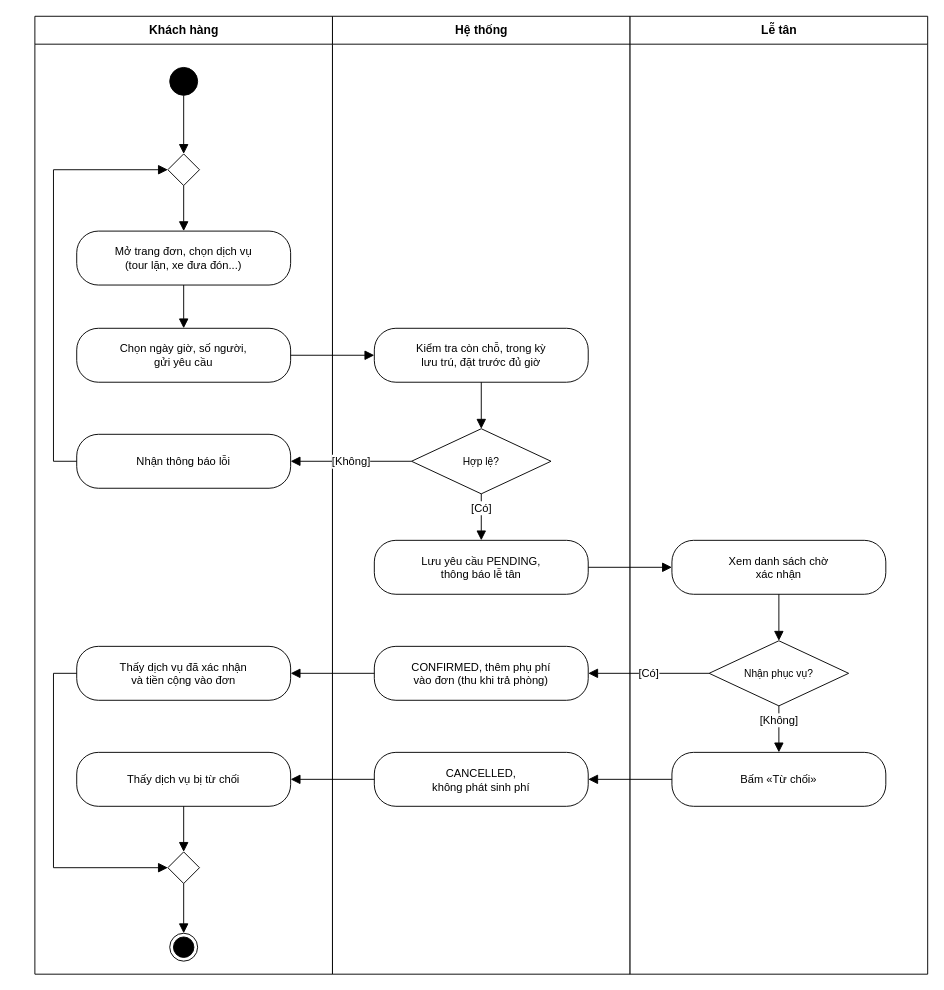
The draw.io diagram docs/thiet-ke/hd-dat-dich-vu.drawio in ngynquchn2511/beach-hotel, before the edit. Source tidied: cells renumbered, new cells numbered last; positions are measured from the earlier drawing's top-left corner, leaving out a move shared by most shapes. Both pictures are drawn from the tidied source at 93%, with x=0, y=0 at pixel (34, 16).
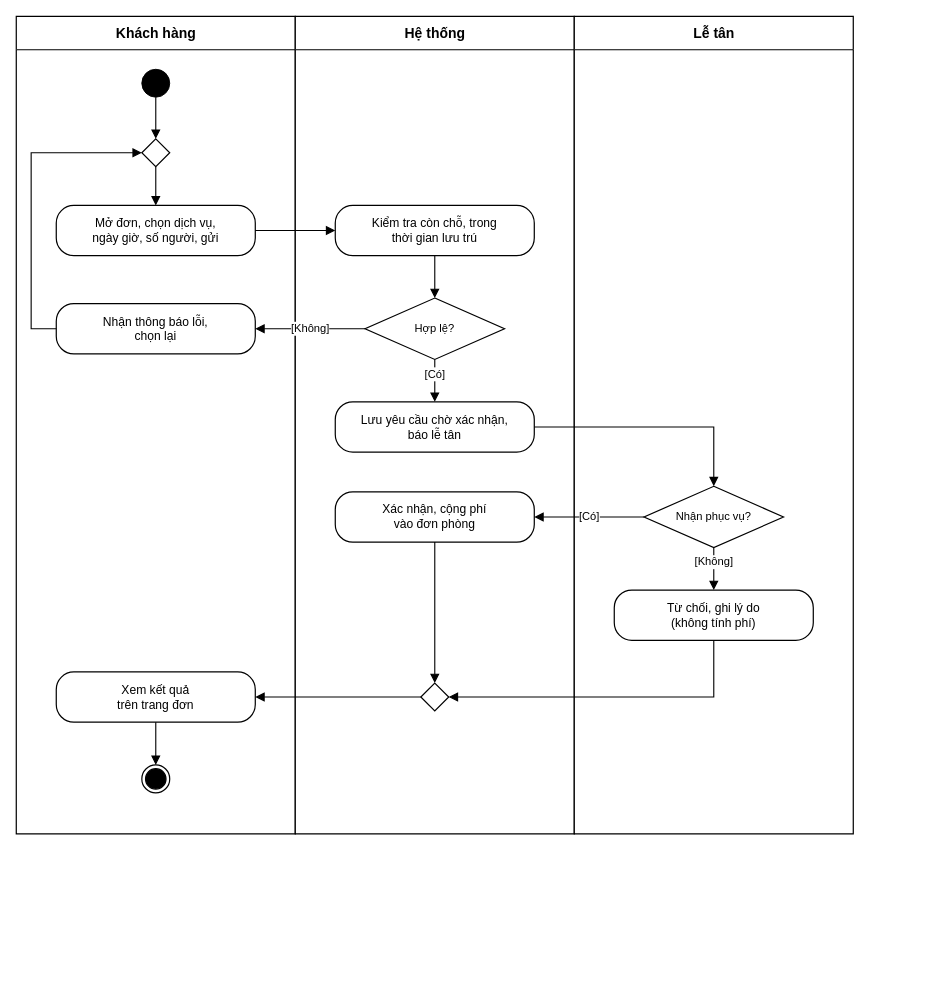
The same page after the edit.

Change to the diagram source:
```diff
@@
-<mxGraphModel>
+<mxGraphModel background="#FFFFFF">
@@
-    <mxCell id="2" value="Khách hàng" style="swimlane;horizontal=1;startSize=30;html=1;fillColor=#FFFFFF;strokeColor=#000000;fontSize=13;fontStyle=1;swimlaneFillColor=#FFFFFF;" parent="1" vertex="1">
-      <mxGeometry width="320" height="1030" as="geometry" />
+    <mxCell id="2" value="Khách hàng" style="fontFamily=Arial;fontColor=#000000;swimlane;horizontal=1;startSize=36;html=1;fillColor=#FFFFFF;strokeColor=#000000;strokeWidth=1.3;fontSize=15;fontStyle=1;swimlaneFillColor=#FFFFFF;" parent="1" vertex="1">
+      <mxGeometry x="-20" width="300" height="879.2" as="geometry" />
     </mxCell>
-    <mxCell id="3" value="Hệ thống" style="swimlane;horizontal=1;startSize=30;html=1;fillColor=#FFFFFF;strokeColor=#000000;fontSize=13;fontStyle=1;swimlaneFillColor=#FFFFFF;" parent="1" vertex="1">
-      <mxGeometry x="320" width="320" height="1030" as="geometry" />
+    <mxCell id="3" value="Hệ thống" style="fontFamily=Arial;fontColor=#000000;swimlane;horizontal=1;startSize=36;html=1;fillColor=#FFFFFF;strokeColor=#000000;strokeWidth=1.3;fontSize=15;fontStyle=1;swimlaneFillColor=#FFFFFF;" parent="1" vertex="1">
+      <mxGeometry x="280" width="300" height="879.2" as="geometry" />
     </mxCell>
-    <mxCell id="4" value="Lễ tân" style="swimlane;horizontal=1;startSize=30;html=1;fillColor=#FFFFFF;strokeColor=#000000;fontSize=13;fontStyle=1;swimlaneFillColor=#FFFFFF;" parent="1" vertex="1">
-      <mxGeometry x="640" width="320" height="1030" as="geometry" />
+    <mxCell id="4" value="Lễ tân" style="fontFamily=Arial;fontColor=#000000;swimlane;horizontal=1;startSize=36;html=1;fillColor=#FFFFFF;strokeColor=#000000;strokeWidth=1.3;fontSize=15;fontStyle=1;swimlaneFillColor=#FFFFFF;" parent="1" vertex="1">
+      <mxGeometry x="580" width="300" height="879.2" as="geometry" />
     </mxCell>
     <mxCell id="5" style="ellipse;html=1;fillColor=#000000;strokeColor=#000000;" parent="1" vertex="1">
-      <mxGeometry x="145" y="55" width="30" height="30" as="geometry" />
+      <mxGeometry x="115" y="57" width="30" height="30" as="geometry" />
     </mxCell>
-    <mxCell id="6" style="rhombus;whiteSpace=wrap;html=1;fillColor=#FFFFFF;strokeColor=#000000;fontSize=11;" parent="1" vertex="1">
-      <mxGeometry x="143" y="148" width="34" height="34" as="geometry" />
+    <mxCell id="6" style="fontFamily=Arial;fontColor=#000000;rhombus;whiteSpace=wrap;html=1;fillColor=#FFFFFF;strokeColor=#000000;strokeWidth=1.3;fontSize=12;" parent="1" vertex="1">
+      <mxGeometry x="115" y="131.8" width="30" height="30" as="geometry" />
     </mxCell>
-    <mxCell id="7" value="Mở trang đơn, chọn dịch vụ&lt;br&gt;(tour lặn, xe đưa đón...)" style="rounded=1;whiteSpace=wrap;html=1;arcSize=40;fillColor=#FFFFFF;strokeColor=#000000;fontSize=12;" parent="1" vertex="1">
-      <mxGeometry x="45" y="231" width="230" height="58" as="geometry" />
+    <mxCell id="7" value="Mở đơn, chọn dịch vụ,&lt;br&gt;ngày giờ, số người, gửi" style="fontFamily=Arial;fontColor=#000000;rounded=1;whiteSpace=wrap;html=1;arcSize=35;fillColor=#FFFFFF;strokeColor=#000000;strokeWidth=1.3;fontSize=13;spacing=6;" parent="1" vertex="1">
+      <mxGeometry x="23" y="203.4" width="214" height="54" as="geometry" />
     </mxCell>
-    <mxCell id="8" value="Chọn ngày giờ, số người,&lt;br&gt;gửi yêu cầu" style="rounded=1;whiteSpace=wrap;html=1;arcSize=40;fillColor=#FFFFFF;strokeColor=#000000;fontSize=12;" parent="1" vertex="1">
-      <mxGeometry x="45" y="335.5" width="230" height="58" as="geometry" />
+    <mxCell id="8" value="Kiểm tra còn chỗ, trong&lt;br&gt;thời gian lưu trú" style="fontFamily=Arial;fontColor=#000000;rounded=1;whiteSpace=wrap;html=1;arcSize=35;fillColor=#FFFFFF;strokeColor=#000000;strokeWidth=1.3;fontSize=13;spacing=6;" parent="1" vertex="1">
+      <mxGeometry x="323" y="203.4" width="214" height="54" as="geometry" />
     </mxCell>
+    <mxCell id="10" value="Hợp lệ?" style="fontFamily=Arial;fontColor=#000000;rhombus;whiteSpace=wrap;html=1;fillColor=#FFFFFF;strokeColor=#000000;strokeWidth=1.3;fontSize=12;" parent="1" vertex="1">
+      <mxGeometry x="355" y="303" width="150" height="66" as="geometry" />
+    </mxCell>
-    <mxCell id="9" value="Kiểm tra còn chỗ, trong kỳ&lt;br&gt;lưu trú, đặt trước đủ giờ" style="rounded=1;whiteSpace=wrap;html=1;arcSize=40;fillColor=#FFFFFF;strokeColor=#000000;fontSize=12;" parent="1" vertex="1">
-      <mxGeometry x="365" y="335.5" width="230" height="58" as="geometry" />
+    <mxCell id="9" value="Nhận thông báo lỗi,&lt;br&gt;chọn lại" style="fontFamily=Arial;fontColor=#000000;rounded=1;whiteSpace=wrap;html=1;arcSize=35;fillColor=#FFFFFF;strokeColor=#000000;strokeWidth=1.3;fontSize=13;spacing=6;" parent="1" vertex="1">
+      <mxGeometry x="23" y="309" width="214" height="54" as="geometry" />
     </mxCell>
-    <mxCell id="10" value="Hợp lệ?" style="rhombus;whiteSpace=wrap;html=1;fillColor=#FFFFFF;strokeColor=#000000;fontSize=11;" parent="1" vertex="1">
-      <mxGeometry x="405" y="443.5" width="150" height="70" as="geometry" />
-    </mxCell>
-    <mxCell id="11" value="Nhận thông báo lỗi" style="rounded=1;whiteSpace=wrap;html=1;arcSize=40;fillColor=#FFFFFF;strokeColor=#000000;fontSize=12;" parent="1" vertex="1">
-      <mxGeometry x="45" y="449.5" width="230" height="58" as="geometry" />
+    <mxCell id="11" value="Lưu yêu cầu chờ xác nhận,&lt;br&gt;báo lễ tân" style="fontFamily=Arial;fontColor=#000000;rounded=1;whiteSpace=wrap;html=1;arcSize=35;fillColor=#FFFFFF;strokeColor=#000000;strokeWidth=1.3;fontSize=13;spacing=6;" parent="1" vertex="1">
+      <mxGeometry x="323" y="414.6" width="214" height="54" as="geometry" />
     </mxCell>
+    <mxCell id="14" value="Nhận phục vụ?" style="fontFamily=Arial;fontColor=#000000;rhombus;whiteSpace=wrap;html=1;fillColor=#FFFFFF;strokeColor=#000000;strokeWidth=1.3;fontSize=12;" parent="1" vertex="1">
+      <mxGeometry x="655" y="505.4" width="150" height="66" as="geometry" />
+    </mxCell>
-    <mxCell id="12" value="Lưu yêu cầu PENDING,&lt;br&gt;thông báo lễ tân" style="rounded=1;whiteSpace=wrap;html=1;arcSize=40;fillColor=#FFFFFF;strokeColor=#000000;fontSize=12;" parent="1" vertex="1">
-      <mxGeometry x="365" y="563.5" width="230" height="58" as="geometry" />
+    <mxCell id="12" value="Xác nhận, cộng phí&lt;br&gt;vào đơn phòng" style="fontFamily=Arial;fontColor=#000000;rounded=1;whiteSpace=wrap;html=1;arcSize=35;fillColor=#FFFFFF;strokeColor=#000000;strokeWidth=1.3;fontSize=13;spacing=6;" parent="1" vertex="1">
+      <mxGeometry x="323" y="511.4" width="214" height="54" as="geometry" />
     </mxCell>
-    <mxCell id="13" value="Xem danh sách chờ&lt;br&gt;xác nhận" style="rounded=1;whiteSpace=wrap;html=1;arcSize=40;fillColor=#FFFFFF;strokeColor=#000000;fontSize=12;" parent="1" vertex="1">
-      <mxGeometry x="685" y="563.5" width="230" height="58" as="geometry" />
+    <mxCell id="13" value="Từ chối, ghi lý do&lt;br&gt;(không tính phí)" style="fontFamily=Arial;fontColor=#000000;rounded=1;whiteSpace=wrap;html=1;arcSize=35;fillColor=#FFFFFF;strokeColor=#000000;strokeWidth=1.3;fontSize=13;spacing=6;" parent="1" vertex="1">
+      <mxGeometry x="623" y="617" width="214" height="54" as="geometry" />
     </mxCell>
-    <mxCell id="14" value="Nhận phục vụ?" style="rhombus;whiteSpace=wrap;html=1;fillColor=#FFFFFF;strokeColor=#000000;fontSize=11;" parent="1" vertex="1">
-      <mxGeometry x="725" y="671.5" width="150" height="70" as="geometry" />
-    </mxCell>
+    <mxCell id="20" style="fontFamily=Arial;fontColor=#000000;rhombus;whiteSpace=wrap;html=1;fillColor=#FFFFFF;strokeColor=#000000;strokeWidth=1.3;fontSize=12;" parent="1" vertex="1">
+      <mxGeometry x="415" y="717" width="30" height="30" as="geometry" />
+    </mxCell>
-    <mxCell id="15" value="CONFIRMED, thêm phụ phí&lt;br&gt;vào đơn (thu khi trả phòng)" style="rounded=1;whiteSpace=wrap;html=1;arcSize=40;fillColor=#FFFFFF;strokeColor=#000000;fontSize=12;" parent="1" vertex="1">
-      <mxGeometry x="365" y="677.5" width="230" height="58" as="geometry" />
+    <mxCell id="15" value="Xem kết quả&lt;br&gt;trên trang đơn" style="fontFamily=Arial;fontColor=#000000;rounded=1;whiteSpace=wrap;html=1;arcSize=35;fillColor=#FFFFFF;strokeColor=#000000;strokeWidth=1.3;fontSize=13;spacing=6;" parent="1" vertex="1">
+      <mxGeometry x="23" y="705" width="214" height="54" as="geometry" />
     </mxCell>
-    <mxCell id="16" value="Thấy dịch vụ đã xác nhận&lt;br&gt;và tiền cộng vào đơn" style="rounded=1;whiteSpace=wrap;html=1;arcSize=40;fillColor=#FFFFFF;strokeColor=#000000;fontSize=12;" parent="1" vertex="1">
-      <mxGeometry x="45" y="677.5" width="230" height="58" as="geometry" />
-    </mxCell>
-    <mxCell id="17" value="Bấm «Từ chối»" style="rounded=1;whiteSpace=wrap;html=1;arcSize=40;fillColor=#FFFFFF;strokeColor=#000000;fontSize=12;" parent="1" vertex="1">
-      <mxGeometry x="685" y="791.5" width="230" height="58" as="geometry" />
-    </mxCell>
-    <mxCell id="18" value="CANCELLED,&lt;br&gt;không phát sinh phí" style="rounded=1;whiteSpace=wrap;html=1;arcSize=40;fillColor=#FFFFFF;strokeColor=#000000;fontSize=12;" parent="1" vertex="1">
-      <mxGeometry x="365" y="791.5" width="230" height="58" as="geometry" />
-    </mxCell>
-    <mxCell id="19" value="Thấy dịch vụ bị từ chối" style="rounded=1;whiteSpace=wrap;html=1;arcSize=40;fillColor=#FFFFFF;strokeColor=#000000;fontSize=12;" parent="1" vertex="1">
-      <mxGeometry x="45" y="791.5" width="230" height="58" as="geometry" />
-    </mxCell>
-    <mxCell id="20" style="rhombus;whiteSpace=wrap;html=1;fillColor=#FFFFFF;strokeColor=#000000;fontSize=11;" parent="1" vertex="1">
-      <mxGeometry x="143" y="898.5" width="34" height="34" as="geometry" />
-    </mxCell>
-    <mxCell id="21" style="ellipse;html=1;shape=endState;fillColor=#000000;strokeColor=#000000;" parent="1" vertex="1">
-      <mxGeometry x="145" y="986" width="30" height="30" as="geometry" />
+    <mxCell id="21" style="ellipse;html=1;shape=endState;fillColor=#000000;strokeColor=#000000;strokeWidth=1.3;" parent="1" vertex="1">
+      <mxGeometry x="115" y="805" width="30" height="30" as="geometry" />
     </mxCell>
-    <mxCell id="22" style="edgeStyle=orthogonalEdgeStyle;rounded=0;html=1;endArrow=block;endFill=1;endSize=8;strokeColor=#000000;fontSize=12;labelBackgroundColor=#FFFFFF;exitX=0.5;exitY=1;exitDx=0;exitDy=0;entryX=0.5;entryY=0;entryDx=0;entryDy=0;" parent="1" edge="1" source="5" target="6">
+    <mxCell id="22" style="fontFamily=Arial;fontColor=#000000;edgeStyle=orthogonalEdgeStyle;rounded=0;html=1;endArrow=block;endFill=1;endSize=7;strokeColor=#000000;strokeWidth=1.2;fontSize=12;labelBackgroundColor=#FFFFFF;exitX=0.5;exitY=1;exitDx=0;exitDy=0;entryX=0.5;entryY=0;entryDx=0;entryDy=0;" parent="1" edge="1" source="5" target="6">
       <mxGeometry relative="1" as="geometry" />
     </mxCell>
-    <mxCell id="23" style="edgeStyle=orthogonalEdgeStyle;rounded=0;html=1;endArrow=block;endFill=1;endSize=8;strokeColor=#000000;fontSize=12;labelBackgroundColor=#FFFFFF;exitX=0.5;exitY=1;exitDx=0;exitDy=0;entryX=0.5;entryY=0;entryDx=0;entryDy=0;" parent="1" edge="1" source="6" target="7">
+    <mxCell id="23" style="fontFamily=Arial;fontColor=#000000;edgeStyle=orthogonalEdgeStyle;rounded=0;html=1;endArrow=block;endFill=1;endSize=7;strokeColor=#000000;strokeWidth=1.2;fontSize=12;labelBackgroundColor=#FFFFFF;exitX=0.5;exitY=1;exitDx=0;exitDy=0;entryX=0.5;entryY=0;entryDx=0;entryDy=0;" parent="1" edge="1" source="6" target="7">
       <mxGeometry relative="1" as="geometry" />
     </mxCell>
-    <mxCell id="24" style="edgeStyle=orthogonalEdgeStyle;rounded=0;html=1;endArrow=block;endFill=1;endSize=8;strokeColor=#000000;fontSize=12;labelBackgroundColor=#FFFFFF;exitX=0.5;exitY=1;exitDx=0;exitDy=0;entryX=0.5;entryY=0;entryDx=0;entryDy=0;" parent="1" edge="1" source="7" target="8">
+    <mxCell id="24" style="fontFamily=Arial;fontColor=#000000;edgeStyle=orthogonalEdgeStyle;rounded=0;html=1;endArrow=block;endFill=1;endSize=7;strokeColor=#000000;strokeWidth=1.2;fontSize=12;labelBackgroundColor=#FFFFFF;exitX=1;exitY=0.5;exitDx=0;exitDy=0;entryX=0;entryY=0.5;entryDx=0;entryDy=0;" parent="1" edge="1" source="7" target="8">
       <mxGeometry relative="1" as="geometry" />
     </mxCell>
-    <mxCell id="25" style="edgeStyle=orthogonalEdgeStyle;rounded=0;html=1;endArrow=block;endFill=1;endSize=8;strokeColor=#000000;fontSize=12;labelBackgroundColor=#FFFFFF;exitX=1;exitY=0.5;exitDx=0;exitDy=0;entryX=0;entryY=0.5;entryDx=0;entryDy=0;" parent="1" edge="1" source="8" target="9">
+    <mxCell id="25" style="fontFamily=Arial;fontColor=#000000;edgeStyle=orthogonalEdgeStyle;rounded=0;html=1;endArrow=block;endFill=1;endSize=7;strokeColor=#000000;strokeWidth=1.2;fontSize=12;labelBackgroundColor=#FFFFFF;exitX=0.5;exitY=1;exitDx=0;exitDy=0;entryX=0.5;entryY=0;entryDx=0;entryDy=0;" parent="1" edge="1" source="8" target="10">
       <mxGeometry relative="1" as="geometry" />
     </mxCell>
-    <mxCell id="26" style="edgeStyle=orthogonalEdgeStyle;rounded=0;html=1;endArrow=block;endFill=1;endSize=8;strokeColor=#000000;fontSize=12;labelBackgroundColor=#FFFFFF;exitX=0.5;exitY=1;exitDx=0;exitDy=0;entryX=0.5;entryY=0;entryDx=0;entryDy=0;" parent="1" edge="1" source="9" target="10">
+    <mxCell id="26" value="[Không]" style="fontFamily=Arial;fontColor=#000000;edgeStyle=orthogonalEdgeStyle;rounded=0;html=1;endArrow=block;endFill=1;endSize=7;strokeColor=#000000;strokeWidth=1.2;fontSize=12;labelBackgroundColor=#FFFFFF;exitX=0;exitY=0.5;exitDx=0;exitDy=0;entryX=1;entryY=0.5;entryDx=0;entryDy=0;" parent="1" edge="1" source="10" target="9">
       <mxGeometry relative="1" as="geometry" />
     </mxCell>
-    <mxCell id="27" value="[Không]" style="edgeStyle=orthogonalEdgeStyle;rounded=0;html=1;endArrow=block;endFill=1;endSize=8;strokeColor=#000000;fontSize=12;labelBackgroundColor=#FFFFFF;exitX=0;exitY=0.5;exitDx=0;exitDy=0;entryX=1;entryY=0.5;entryDx=0;entryDy=0;" parent="1" edge="1" source="10" target="11">
-      <mxGeometry relative="1" as="geometry" />
+    <mxCell id="27" style="fontFamily=Arial;fontColor=#000000;edgeStyle=orthogonalEdgeStyle;rounded=0;html=1;endArrow=block;endFill=1;endSize=7;strokeColor=#000000;strokeWidth=1.2;fontSize=12;labelBackgroundColor=#FFFFFF;exitX=0;exitY=0.5;exitDx=0;exitDy=0;entryX=0;entryY=0.5;entryDx=0;entryDy=0;" parent="1" edge="1" source="9" target="6">
+      <mxGeometry relative="1" as="geometry">
+        <Array as="points">
+          <mxPoint x="-4" y="336" />
+          <mxPoint x="-4" y="146.8" />
+        </Array>
+      </mxGeometry>
     </mxCell>
-    <mxCell id="28" style="edgeStyle=orthogonalEdgeStyle;rounded=0;html=1;endArrow=block;endFill=1;endSize=8;strokeColor=#000000;fontSize=12;labelBackgroundColor=#FFFFFF;exitX=0;exitY=0.5;exitDx=0;exitDy=0;entryX=0;entryY=0.5;entryDx=0;entryDy=0;" parent="1" edge="1" source="11" target="6">
-      <mxGeometry relative="1" as="geometry">
-        <Array as="points">
-          <mxPoint x="20" y="478.5" />
-          <mxPoint x="20" y="165" />
-        </Array>
-      </mxGeometry>
+    <mxCell id="28" value="[Có]" style="fontFamily=Arial;fontColor=#000000;edgeStyle=orthogonalEdgeStyle;rounded=0;html=1;endArrow=block;endFill=1;endSize=7;strokeColor=#000000;strokeWidth=1.2;fontSize=12;labelBackgroundColor=#FFFFFF;exitX=0.5;exitY=1;exitDx=0;exitDy=0;entryX=0.5;entryY=0;entryDx=0;entryDy=0;" parent="1" edge="1" source="10" target="11">
+      <mxGeometry x="-0.3" relative="1" as="geometry" />
     </mxCell>
-    <mxCell id="29" value="[Có]" style="edgeStyle=orthogonalEdgeStyle;rounded=0;html=1;endArrow=block;endFill=1;endSize=8;strokeColor=#000000;fontSize=12;labelBackgroundColor=#FFFFFF;exitX=0.5;exitY=1;exitDx=0;exitDy=0;entryX=0.5;entryY=0;entryDx=0;entryDy=0;" parent="1" edge="1" source="10" target="12">
-      <mxGeometry x="-0.4" relative="1" as="geometry" />
+    <mxCell id="29" style="fontFamily=Arial;fontColor=#000000;edgeStyle=orthogonalEdgeStyle;rounded=0;html=1;endArrow=block;endFill=1;endSize=7;strokeColor=#000000;strokeWidth=1.2;fontSize=12;labelBackgroundColor=#FFFFFF;exitX=1;exitY=0.5;exitDx=0;exitDy=0;entryX=0.5;entryY=0;entryDx=0;entryDy=0;" parent="1" edge="1" source="11" target="14">
+      <mxGeometry relative="1" as="geometry">
+        <Array as="points">
+          <mxPoint x="730" y="441.6" />
+        </Array>
+      </mxGeometry>
     </mxCell>
-    <mxCell id="30" style="edgeStyle=orthogonalEdgeStyle;rounded=0;html=1;endArrow=block;endFill=1;endSize=8;strokeColor=#000000;fontSize=12;labelBackgroundColor=#FFFFFF;exitX=1;exitY=0.5;exitDx=0;exitDy=0;entryX=0;entryY=0.5;entryDx=0;entryDy=0;" parent="1" edge="1" source="12" target="13">
+    <mxCell id="30" value="[Có]" style="fontFamily=Arial;fontColor=#000000;edgeStyle=orthogonalEdgeStyle;rounded=0;html=1;endArrow=block;endFill=1;endSize=7;strokeColor=#000000;strokeWidth=1.2;fontSize=12;labelBackgroundColor=#FFFFFF;exitX=0;exitY=0.5;exitDx=0;exitDy=0;entryX=1;entryY=0.5;entryDx=0;entryDy=0;" parent="1" edge="1" source="14" target="12">
       <mxGeometry relative="1" as="geometry" />
     </mxCell>
-    <mxCell id="31" style="edgeStyle=orthogonalEdgeStyle;rounded=0;html=1;endArrow=block;endFill=1;endSize=8;strokeColor=#000000;fontSize=12;labelBackgroundColor=#FFFFFF;exitX=0.5;exitY=1;exitDx=0;exitDy=0;entryX=0.5;entryY=0;entryDx=0;entryDy=0;" parent="1" edge="1" source="13" target="14">
-      <mxGeometry relative="1" as="geometry" />
+    <mxCell id="31" value="[Không]" style="fontFamily=Arial;fontColor=#000000;edgeStyle=orthogonalEdgeStyle;rounded=0;html=1;endArrow=block;endFill=1;endSize=7;strokeColor=#000000;strokeWidth=1.2;fontSize=12;labelBackgroundColor=#FFFFFF;exitX=0.5;exitY=1;exitDx=0;exitDy=0;entryX=0.5;entryY=0;entryDx=0;entryDy=0;" parent="1" edge="1" source="14" target="13">
+      <mxGeometry x="-0.3" relative="1" as="geometry" />
     </mxCell>
-    <mxCell id="32" value="[Có]" style="edgeStyle=orthogonalEdgeStyle;rounded=0;html=1;endArrow=block;endFill=1;endSize=8;strokeColor=#000000;fontSize=12;labelBackgroundColor=#FFFFFF;exitX=0;exitY=0.5;exitDx=0;exitDy=0;entryX=1;entryY=0.5;entryDx=0;entryDy=0;" parent="1" edge="1" source="14" target="15">
+    <mxCell id="32" style="fontFamily=Arial;fontColor=#000000;edgeStyle=orthogonalEdgeStyle;rounded=0;html=1;endArrow=block;endFill=1;endSize=7;strokeColor=#000000;strokeWidth=1.2;fontSize=12;labelBackgroundColor=#FFFFFF;exitX=0.5;exitY=1;exitDx=0;exitDy=0;entryX=0.5;entryY=0;entryDx=0;entryDy=0;" parent="1" edge="1" source="12" target="20">
       <mxGeometry relative="1" as="geometry" />
     </mxCell>
-    <mxCell id="33" style="edgeStyle=orthogonalEdgeStyle;rounded=0;html=1;endArrow=block;endFill=1;endSize=8;strokeColor=#000000;fontSize=12;labelBackgroundColor=#FFFFFF;exitX=0;exitY=0.5;exitDx=0;exitDy=0;entryX=1;entryY=0.5;entryDx=0;entryDy=0;" parent="1" edge="1" source="15" target="16">
-      <mxGeometry relative="1" as="geometry" />
+    <mxCell id="33" style="fontFamily=Arial;fontColor=#000000;edgeStyle=orthogonalEdgeStyle;rounded=0;html=1;endArrow=block;endFill=1;endSize=7;strokeColor=#000000;strokeWidth=1.2;fontSize=12;labelBackgroundColor=#FFFFFF;exitX=0.5;exitY=1;exitDx=0;exitDy=0;entryX=1;entryY=0.5;entryDx=0;entryDy=0;" parent="1" edge="1" source="13" target="20">
+      <mxGeometry relative="1" as="geometry">
+        <Array as="points">
+          <mxPoint x="730" y="732" />
+        </Array>
+      </mxGeometry>
     </mxCell>
-    <mxCell id="34" value="[Không]" style="edgeStyle=orthogonalEdgeStyle;rounded=0;html=1;endArrow=block;endFill=1;endSize=8;strokeColor=#000000;fontSize=12;labelBackgroundColor=#FFFFFF;exitX=0.5;exitY=1;exitDx=0;exitDy=0;entryX=0.5;entryY=0;entryDx=0;entryDy=0;" parent="1" edge="1" source="14" target="17">
-      <mxGeometry x="-0.4" relative="1" as="geometry" />
+    <mxCell id="34" style="fontFamily=Arial;fontColor=#000000;edgeStyle=orthogonalEdgeStyle;rounded=0;html=1;endArrow=block;endFill=1;endSize=7;strokeColor=#000000;strokeWidth=1.2;fontSize=12;labelBackgroundColor=#FFFFFF;exitX=0;exitY=0.5;exitDx=0;exitDy=0;entryX=1;entryY=0.5;entryDx=0;entryDy=0;" parent="1" edge="1" source="20" target="15">
+      <mxGeometry relative="1" as="geometry" />
     </mxCell>
-    <mxCell id="35" style="edgeStyle=orthogonalEdgeStyle;rounded=0;html=1;endArrow=block;endFill=1;endSize=8;strokeColor=#000000;fontSize=12;labelBackgroundColor=#FFFFFF;exitX=0;exitY=0.5;exitDx=0;exitDy=0;entryX=1;entryY=0.5;entryDx=0;entryDy=0;" parent="1" edge="1" source="17" target="18">
+    <mxCell id="35" style="fontFamily=Arial;fontColor=#000000;edgeStyle=orthogonalEdgeStyle;rounded=0;html=1;endArrow=block;endFill=1;endSize=7;strokeColor=#000000;strokeWidth=1.2;fontSize=12;labelBackgroundColor=#FFFFFF;exitX=0.5;exitY=1;exitDx=0;exitDy=0;entryX=0.5;entryY=0;entryDx=0;entryDy=0;" parent="1" edge="1" source="15" target="21">
       <mxGeometry relative="1" as="geometry" />
     </mxCell>
-    <mxCell id="36" style="edgeStyle=orthogonalEdgeStyle;rounded=0;html=1;endArrow=block;endFill=1;endSize=8;strokeColor=#000000;fontSize=12;labelBackgroundColor=#FFFFFF;exitX=0;exitY=0.5;exitDx=0;exitDy=0;entryX=1;entryY=0.5;entryDx=0;entryDy=0;" parent="1" edge="1" source="18" target="19">
-      <mxGeometry relative="1" as="geometry" />
-    </mxCell>
-    <mxCell id="37" style="edgeStyle=orthogonalEdgeStyle;rounded=0;html=1;endArrow=block;endFill=1;endSize=8;strokeColor=#000000;fontSize=12;labelBackgroundColor=#FFFFFF;exitX=0;exitY=0.5;exitDx=0;exitDy=0;entryX=0;entryY=0.5;entryDx=0;entryDy=0;" parent="1" edge="1" source="16" target="20">
-      <mxGeometry relative="1" as="geometry">
-        <Array as="points">
-          <mxPoint x="20" y="706.5" />
-          <mxPoint x="20" y="915.5" />
-        </Array>
-      </mxGeometry>
-    </mxCell>
-    <mxCell id="38" style="edgeStyle=orthogonalEdgeStyle;rounded=0;html=1;endArrow=block;endFill=1;endSize=8;strokeColor=#000000;fontSize=12;labelBackgroundColor=#FFFFFF;exitX=0.5;exitY=1;exitDx=0;exitDy=0;entryX=0.5;entryY=0;entryDx=0;entryDy=0;" parent="1" edge="1" source="19" target="20">
-      <mxGeometry relative="1" as="geometry" />
-    </mxCell>
-    <mxCell id="39" style="edgeStyle=orthogonalEdgeStyle;rounded=0;html=1;endArrow=block;endFill=1;endSize=8;strokeColor=#000000;fontSize=12;labelBackgroundColor=#FFFFFF;exitX=0.5;exitY=1;exitDx=0;exitDy=0;entryX=0.5;entryY=0;entryDx=0;entryDy=0;" parent="1" edge="1" source="20" target="21">
-      <mxGeometry relative="1" as="geometry" />
-    </mxCell>
```
